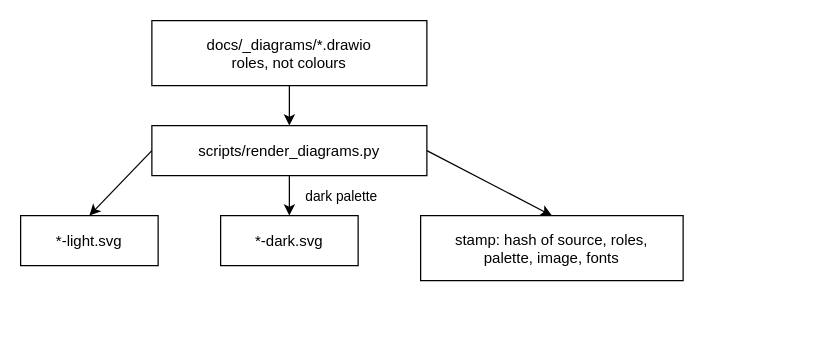
Above: docs-tech/_diagrams/diagram-pipeline.drawio in openwhistle/website (draw.io), before the change. Source tidied: cells renumbered, new cells numbered last; positions are measured from the earlier drawing's top-left corner, leaving out a move shared by most shapes. Both pictures are drawn from the tidied source at 125%, with x=0, y=0 at pixel (20, 20).
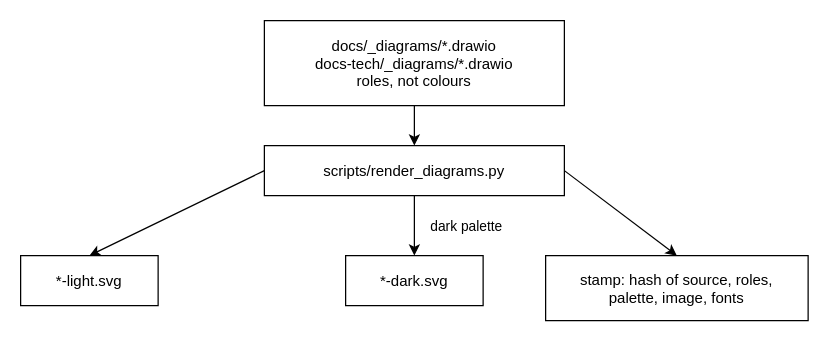
The same diagram, later.

Commit message (it also covers changes not shown here):
fix(docs-tech): diagram-pipeline label clear of its arrowhead, row centred, both source dirs; delivery starts in accent

The edit, as a diff of the source:
```diff
@@
 <mxGraphModel>
   <root>
     <mxCell id="0" />
     <mxCell id="1" parent="0" />
-    <mxCell id="2" value="docs/_diagrams/*.drawio&#10;roles, not colours" style="ow:step;" parent="1" vertex="1">
-      <mxGeometry x="105" width="220" height="52" as="geometry" />
+    <mxCell id="2" value="docs/_diagrams/*.drawio&#10;docs-tech/_diagrams/*.drawio&#10;roles, not colours" style="ow:step;" parent="1" vertex="1">
+      <mxGeometry x="195" width="240" height="68" as="geometry" />
     </mxCell>
     <mxCell id="3" value="scripts/render_diagrams.py" style="ow:step;" parent="1" vertex="1">
-      <mxGeometry x="105" y="84" width="220" height="40" as="geometry" />
+      <mxGeometry x="195" y="100" width="240" height="40" as="geometry" />
     </mxCell>
     <mxCell id="4" value="*-light.svg" style="ow:result;" parent="1" vertex="1">
-      <mxGeometry y="156" width="110" height="40" as="geometry" />
+      <mxGeometry y="188" width="110" height="40" as="geometry" />
     </mxCell>
     <mxCell id="5" value="*-dark.svg" style="ow:result;" parent="1" vertex="1">
-      <mxGeometry x="160" y="156" width="110" height="40" as="geometry" />
+      <mxGeometry x="260" y="188" width="110" height="40" as="geometry" />
     </mxCell>
     <mxCell id="6" value="stamp: hash of source, roles,&#10;palette, image, fonts" style="ow:note;" parent="1" vertex="1">
-      <mxGeometry x="320" y="156" width="210" height="52" as="geometry" />
+      <mxGeometry x="420" y="188" width="210" height="52" as="geometry" />
     </mxCell>
     <mxCell id="7" style="ow:edge;" parent="1" edge="1" source="2" target="3">
       <mxGeometry relative="1" as="geometry" />
     </mxCell>
     <mxCell id="8" style="ow:edge;exitX=0;exitY=0.5;exitDx=0;exitDy=0;entryX=0.5;entryY=0;entryDx=0;entryDy=0;" parent="1" edge="1" source="3" target="4">
       <mxGeometry relative="1" as="geometry" />
     </mxCell>
     <mxCell id="9" value="dark palette" style="ow:edge;exitX=0.5;exitY=1;exitDx=0;exitDy=0;entryX=0.5;entryY=0;entryDx=0;entryDy=0;" parent="1" edge="1" source="3" target="5">
       <mxGeometry relative="1" as="geometry">
         <mxPoint x="42" as="offset" />
       </mxGeometry>
     </mxCell>
     <mxCell id="10" style="ow:edge;exitX=1;exitY=0.5;exitDx=0;exitDy=0;entryX=0.5;entryY=0;entryDx=0;entryDy=0;" parent="1" edge="1" source="3" target="6">
       <mxGeometry relative="1" as="geometry" />
     </mxCell>
   </root>
 </mxGraphModel>
```
